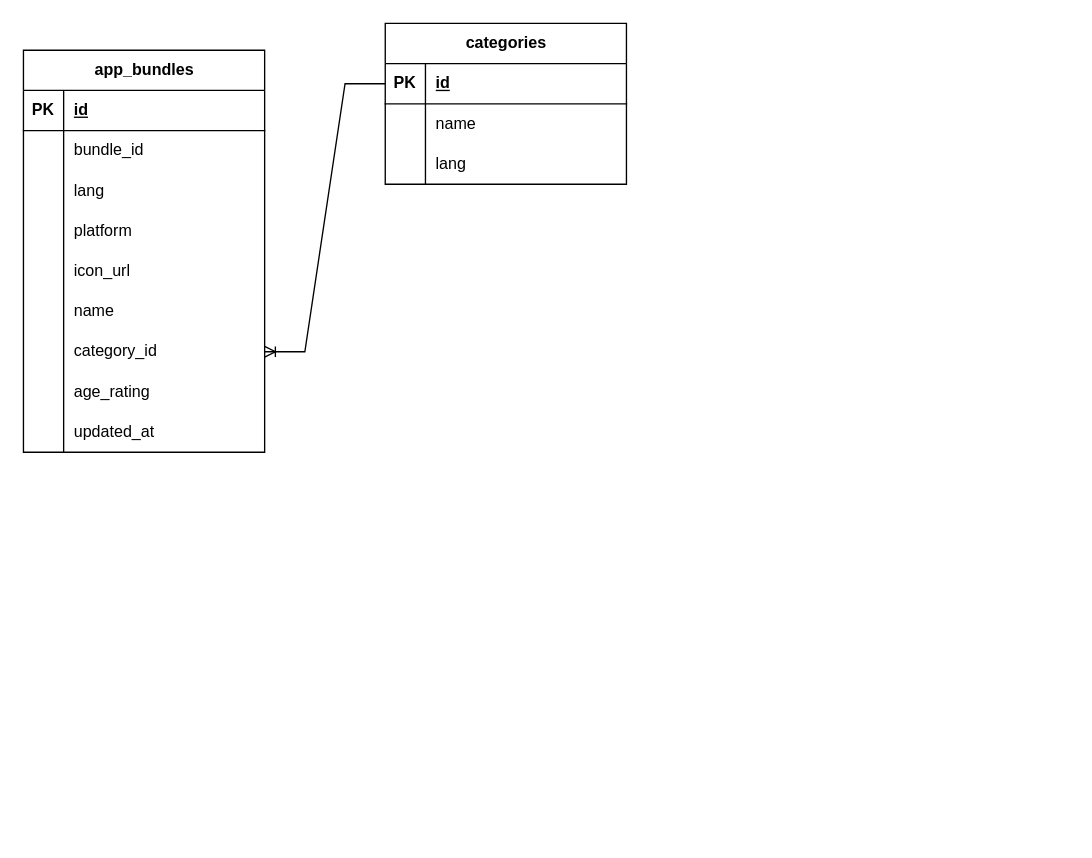
The draw.io diagram Диаграмма без названия.drawio in satmurat/transfer, before the edit. Source tidied: cells renumbered, new cells numbered last; positions are measured from the earlier drawing's top-left corner, leaving out a move shared by most shapes. Both pictures are drawn from the tidied source at 134%, with x=0, y=0 at pixel (23, 23).
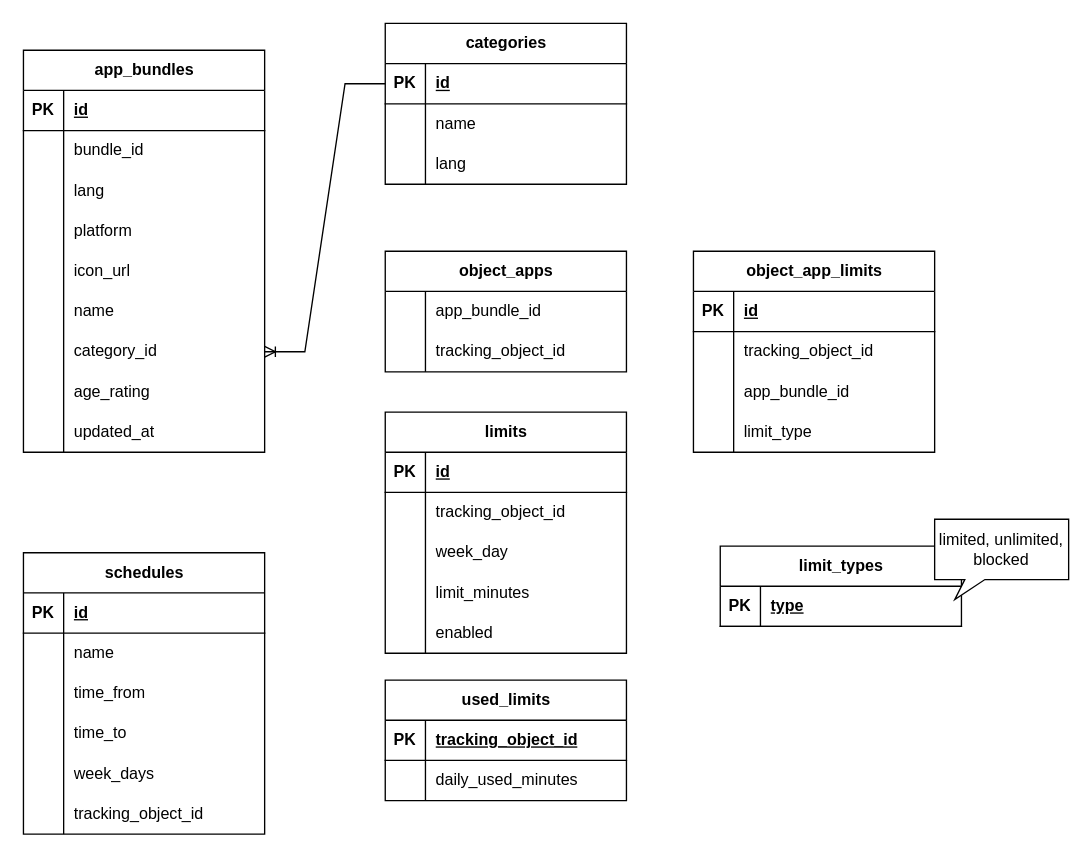
The same diagram, later.

The edit, as a diff of the source:
```diff
@@
+    <mxCell id="41" value="limits" style="shape=table;startSize=30;childLayout=tableLayout;rowLines=0;fontStyle=1;align=center;html=1;" parent="1" vertex="1">
+      <mxGeometry x="270" y="290" width="180" height="180" as="geometry" />
+    </mxCell>
+    <mxCell id="42" style="shape=tableRow;horizontal=0;startSize=0;swimlaneHead=0;swimlaneBody=0;fillColor=none;top=0;left=0;right=0;bottom=1;" parent="41" vertex="1">
+      <mxGeometry y="30" width="180" height="30" as="geometry" />
+    </mxCell>
+    <mxCell id="43" value="PK" style="shape=partialRectangle;fillColor=none;top=0;left=0;bottom=0;right=0;fontStyle=1;overflow=hidden;whiteSpace=wrap;html=1;" parent="42" vertex="1">
+      <mxGeometry width="30" height="30" as="geometry" />
+    </mxCell>
+    <mxCell id="44" value="id" style="shape=partialRectangle;fillColor=none;top=0;left=0;bottom=0;right=0;align=left;spacingLeft=6;fontStyle=5;overflow=hidden;whiteSpace=wrap;html=1;" parent="42" vertex="1">
+      <mxGeometry x="30" width="150" height="30" as="geometry" />
+    </mxCell>
+    <mxCell id="45" style="shape=tableRow;horizontal=0;startSize=0;swimlaneHead=0;swimlaneBody=0;fillColor=none;top=0;left=0;right=0;bottom=0;" parent="41" vertex="1">
+      <mxGeometry y="60" width="180" height="30" as="geometry" />
+    </mxCell>
+    <mxCell id="46" style="shape=partialRectangle;fillColor=none;top=0;left=0;bottom=0;right=0;overflow=hidden;whiteSpace=wrap;html=1;" parent="45" vertex="1">
+      <mxGeometry width="30" height="30" as="geometry" />
+    </mxCell>
+    <mxCell id="47" value="tracking_object_id" style="shape=partialRectangle;fillColor=none;top=0;left=0;bottom=0;right=0;align=left;spacingLeft=6;overflow=hidden;whiteSpace=wrap;html=1;" parent="45" vertex="1">
+      <mxGeometry x="30" width="150" height="30" as="geometry" />
+    </mxCell>
+    <mxCell id="48" style="shape=tableRow;horizontal=0;startSize=0;swimlaneHead=0;swimlaneBody=0;fillColor=none;top=0;left=0;right=0;bottom=0;" parent="41" vertex="1">
+      <mxGeometry y="90" width="180" height="30" as="geometry" />
+    </mxCell>
+    <mxCell id="49" style="shape=partialRectangle;fillColor=none;top=0;left=0;bottom=0;right=0;overflow=hidden;whiteSpace=wrap;html=1;" parent="48" vertex="1">
+      <mxGeometry width="30" height="30" as="geometry" />
+    </mxCell>
+    <mxCell id="50" value="week_day" style="shape=partialRectangle;fillColor=none;top=0;left=0;bottom=0;right=0;align=left;spacingLeft=6;overflow=hidden;whiteSpace=wrap;html=1;" parent="48" vertex="1">
+      <mxGeometry x="30" width="150" height="30" as="geometry" />
+    </mxCell>
+    <mxCell id="51" style="shape=tableRow;horizontal=0;startSize=0;swimlaneHead=0;swimlaneBody=0;fillColor=none;top=0;left=0;right=0;bottom=0;" parent="41" vertex="1">
+      <mxGeometry y="120" width="180" height="30" as="geometry" />
+    </mxCell>
+    <mxCell id="52" style="shape=partialRectangle;fillColor=none;top=0;left=0;bottom=0;right=0;overflow=hidden;whiteSpace=wrap;html=1;" parent="51" vertex="1">
+      <mxGeometry width="30" height="30" as="geometry" />
+    </mxCell>
+    <mxCell id="53" value="limit_minutes" style="shape=partialRectangle;fillColor=none;top=0;left=0;bottom=0;right=0;align=left;spacingLeft=6;overflow=hidden;whiteSpace=wrap;html=1;" parent="51" vertex="1">
+      <mxGeometry x="30" width="150" height="30" as="geometry" />
+    </mxCell>
+    <mxCell id="54" style="shape=tableRow;horizontal=0;startSize=0;swimlaneHead=0;swimlaneBody=0;fillColor=none;top=0;left=0;right=0;bottom=0;" parent="41" vertex="1">
+      <mxGeometry y="150" width="180" height="30" as="geometry" />
+    </mxCell>
+    <mxCell id="55" style="shape=partialRectangle;fillColor=none;top=0;left=0;bottom=0;right=0;overflow=hidden;whiteSpace=wrap;html=1;" parent="54" vertex="1">
+      <mxGeometry width="30" height="30" as="geometry" />
+    </mxCell>
+    <mxCell id="56" value="enabled" style="shape=partialRectangle;fillColor=none;top=0;left=0;bottom=0;right=0;align=left;spacingLeft=6;overflow=hidden;whiteSpace=wrap;html=1;" parent="54" vertex="1">
+      <mxGeometry x="30" width="150" height="30" as="geometry" />
+    </mxCell>
+    <mxCell id="57" value="object_apps" style="shape=table;startSize=30;childLayout=tableLayout;rowLines=0;fontStyle=1;align=center;html=1;" parent="1" vertex="1">
+      <mxGeometry x="270" y="170" width="180" height="90" as="geometry" />
+    </mxCell>
+    <mxCell id="58" style="shape=tableRow;horizontal=0;startSize=0;swimlaneHead=0;swimlaneBody=0;fillColor=none;top=0;left=0;right=0;bottom=0;" parent="57" vertex="1">
+      <mxGeometry y="30" width="180" height="30" as="geometry" />
+    </mxCell>
+    <mxCell id="59" style="shape=partialRectangle;fillColor=none;top=0;left=0;bottom=0;right=0;overflow=hidden;whiteSpace=wrap;html=1;" parent="58" vertex="1">
+      <mxGeometry width="30" height="30" as="geometry" />
+    </mxCell>
+    <mxCell id="60" value="app_bundle_id" style="shape=partialRectangle;fillColor=none;top=0;left=0;bottom=0;right=0;align=left;spacingLeft=6;overflow=hidden;whiteSpace=wrap;html=1;" parent="58" vertex="1">
+      <mxGeometry x="30" width="150" height="30" as="geometry" />
+    </mxCell>
+    <mxCell id="61" style="shape=tableRow;horizontal=0;startSize=0;swimlaneHead=0;swimlaneBody=0;fillColor=none;top=0;left=0;right=0;bottom=0;" parent="57" vertex="1">
+      <mxGeometry y="60" width="180" height="30" as="geometry" />
+    </mxCell>
+    <mxCell id="62" style="shape=partialRectangle;fillColor=none;top=0;left=0;bottom=0;right=0;overflow=hidden;whiteSpace=wrap;html=1;" parent="61" vertex="1">
+      <mxGeometry width="30" height="30" as="geometry" />
+    </mxCell>
+    <mxCell id="63" value="tracking_object_id" style="shape=partialRectangle;fillColor=none;top=0;left=0;bottom=0;right=0;align=left;spacingLeft=6;overflow=hidden;whiteSpace=wrap;html=1;" parent="61" vertex="1">
+      <mxGeometry x="30" width="150" height="30" as="geometry" />
+    </mxCell>
+    <mxCell id="64" value="schedules" style="shape=table;startSize=30;childLayout=tableLayout;rowLines=0;fontStyle=1;align=center;html=1;" parent="1" vertex="1">
+      <mxGeometry y="395" width="180" height="210" as="geometry" />
+    </mxCell>
+    <mxCell id="65" style="shape=tableRow;horizontal=0;startSize=0;swimlaneHead=0;swimlaneBody=0;fillColor=none;top=0;left=0;right=0;bottom=1;" parent="64" vertex="1">
+      <mxGeometry y="30" width="180" height="30" as="geometry" />
+    </mxCell>
+    <mxCell id="66" value="PK" style="shape=partialRectangle;fillColor=none;top=0;left=0;bottom=0;right=0;fontStyle=1;overflow=hidden;whiteSpace=wrap;html=1;" parent="65" vertex="1">
+      <mxGeometry width="30" height="30" as="geometry" />
+    </mxCell>
+    <mxCell id="67" value="id" style="shape=partialRectangle;fillColor=none;top=0;left=0;bottom=0;right=0;align=left;spacingLeft=6;fontStyle=5;overflow=hidden;whiteSpace=wrap;html=1;" parent="65" vertex="1">
+      <mxGeometry x="30" width="150" height="30" as="geometry" />
+    </mxCell>
+    <mxCell id="68" style="shape=tableRow;horizontal=0;startSize=0;swimlaneHead=0;swimlaneBody=0;fillColor=none;top=0;left=0;right=0;bottom=0;" parent="64" vertex="1">
+      <mxGeometry y="60" width="180" height="30" as="geometry" />
+    </mxCell>
+    <mxCell id="69" style="shape=partialRectangle;fillColor=none;top=0;left=0;bottom=0;right=0;overflow=hidden;whiteSpace=wrap;html=1;" parent="68" vertex="1">
+      <mxGeometry width="30" height="30" as="geometry" />
+    </mxCell>
+    <mxCell id="70" value="name" style="shape=partialRectangle;fillColor=none;top=0;left=0;bottom=0;right=0;align=left;spacingLeft=6;overflow=hidden;whiteSpace=wrap;html=1;" parent="68" vertex="1">
+      <mxGeometry x="30" width="150" height="30" as="geometry" />
+    </mxCell>
+    <mxCell id="71" style="shape=tableRow;horizontal=0;startSize=0;swimlaneHead=0;swimlaneBody=0;fillColor=none;top=0;left=0;right=0;bottom=0;" parent="64" vertex="1">
+      <mxGeometry y="90" width="180" height="30" as="geometry" />
+    </mxCell>
+    <mxCell id="72" style="shape=partialRectangle;fillColor=none;top=0;left=0;bottom=0;right=0;overflow=hidden;whiteSpace=wrap;html=1;" parent="71" vertex="1">
+      <mxGeometry width="30" height="30" as="geometry" />
+    </mxCell>
+    <mxCell id="73" value="time_from" style="shape=partialRectangle;fillColor=none;top=0;left=0;bottom=0;right=0;align=left;spacingLeft=6;overflow=hidden;whiteSpace=wrap;html=1;" parent="71" vertex="1">
+      <mxGeometry x="30" width="150" height="30" as="geometry" />
+    </mxCell>
+    <mxCell id="74" style="shape=tableRow;horizontal=0;startSize=0;swimlaneHead=0;swimlaneBody=0;fillColor=none;top=0;left=0;right=0;bottom=0;" parent="64" vertex="1">
+      <mxGeometry y="120" width="180" height="30" as="geometry" />
+    </mxCell>
+    <mxCell id="75" style="shape=partialRectangle;fillColor=none;top=0;left=0;bottom=0;right=0;overflow=hidden;whiteSpace=wrap;html=1;" parent="74" vertex="1">
+      <mxGeometry width="30" height="30" as="geometry" />
+    </mxCell>
+    <mxCell id="76" value="time_to" style="shape=partialRectangle;fillColor=none;top=0;left=0;bottom=0;right=0;align=left;spacingLeft=6;overflow=hidden;whiteSpace=wrap;html=1;" parent="74" vertex="1">
+      <mxGeometry x="30" width="150" height="30" as="geometry" />
+    </mxCell>
+    <mxCell id="77" style="shape=tableRow;horizontal=0;startSize=0;swimlaneHead=0;swimlaneBody=0;fillColor=none;top=0;left=0;right=0;bottom=0;" parent="64" vertex="1">
+      <mxGeometry y="150" width="180" height="30" as="geometry" />
+    </mxCell>
+    <mxCell id="78" style="shape=partialRectangle;fillColor=none;top=0;left=0;bottom=0;right=0;overflow=hidden;whiteSpace=wrap;html=1;" parent="77" vertex="1">
+      <mxGeometry width="30" height="30" as="geometry" />
+    </mxCell>
+    <mxCell id="79" value="week_days" style="shape=partialRectangle;fillColor=none;top=0;left=0;bottom=0;right=0;align=left;spacingLeft=6;overflow=hidden;whiteSpace=wrap;html=1;" parent="77" vertex="1">
+      <mxGeometry x="30" width="150" height="30" as="geometry" />
+    </mxCell>
+    <mxCell id="80" style="shape=tableRow;horizontal=0;startSize=0;swimlaneHead=0;swimlaneBody=0;fillColor=none;top=0;left=0;right=0;bottom=0;" parent="64" vertex="1">
+      <mxGeometry y="180" width="180" height="30" as="geometry" />
+    </mxCell>
+    <mxCell id="81" style="shape=partialRectangle;fillColor=none;top=0;left=0;bottom=0;right=0;overflow=hidden;whiteSpace=wrap;html=1;" parent="80" vertex="1">
+      <mxGeometry width="30" height="30" as="geometry" />
+    </mxCell>
+    <mxCell id="82" value="tracking_object_id" style="shape=partialRectangle;fillColor=none;top=0;left=0;bottom=0;right=0;align=left;spacingLeft=6;overflow=hidden;whiteSpace=wrap;html=1;" parent="80" vertex="1">
+      <mxGeometry x="30" width="150" height="30" as="geometry" />
+    </mxCell>
+    <mxCell id="83" value="object_app_limits" style="shape=table;startSize=30;childLayout=tableLayout;rowLines=0;fontStyle=1;align=center;html=1;" parent="1" vertex="1">
+      <mxGeometry x="500" y="170" width="180" height="150" as="geometry" />
+    </mxCell>
+    <mxCell id="84" style="shape=tableRow;horizontal=0;startSize=0;swimlaneHead=0;swimlaneBody=0;fillColor=none;top=0;left=0;right=0;bottom=1;" parent="83" vertex="1">
+      <mxGeometry y="30" width="180" height="30" as="geometry" />
+    </mxCell>
+    <mxCell id="85" value="PK" style="shape=partialRectangle;fillColor=none;top=0;left=0;bottom=0;right=0;fontStyle=1;overflow=hidden;whiteSpace=wrap;html=1;" parent="84" vertex="1">
+      <mxGeometry width="30" height="30" as="geometry" />
+    </mxCell>
+    <mxCell id="86" value="id" style="shape=partialRectangle;fillColor=none;top=0;left=0;bottom=0;right=0;align=left;spacingLeft=6;fontStyle=5;overflow=hidden;whiteSpace=wrap;html=1;" parent="84" vertex="1">
+      <mxGeometry x="30" width="150" height="30" as="geometry" />
+    </mxCell>
+    <mxCell id="87" style="shape=tableRow;horizontal=0;startSize=0;swimlaneHead=0;swimlaneBody=0;fillColor=none;top=0;left=0;right=0;bottom=0;" parent="83" vertex="1">
+      <mxGeometry y="60" width="180" height="30" as="geometry" />
+    </mxCell>
+    <mxCell id="88" style="shape=partialRectangle;fillColor=none;top=0;left=0;bottom=0;right=0;overflow=hidden;whiteSpace=wrap;html=1;" parent="87" vertex="1">
+      <mxGeometry width="30" height="30" as="geometry" />
+    </mxCell>
+    <mxCell id="89" value="tracking_object_id" style="shape=partialRectangle;fillColor=none;top=0;left=0;bottom=0;right=0;align=left;spacingLeft=6;overflow=hidden;whiteSpace=wrap;html=1;" parent="87" vertex="1">
+      <mxGeometry x="30" width="150" height="30" as="geometry" />
+    </mxCell>
+    <mxCell id="90" style="shape=tableRow;horizontal=0;startSize=0;swimlaneHead=0;swimlaneBody=0;fillColor=none;top=0;left=0;right=0;bottom=0;" parent="83" vertex="1">
+      <mxGeometry y="90" width="180" height="30" as="geometry" />
+    </mxCell>
+    <mxCell id="91" style="shape=partialRectangle;fillColor=none;top=0;left=0;bottom=0;right=0;overflow=hidden;whiteSpace=wrap;html=1;" parent="90" vertex="1">
+      <mxGeometry width="30" height="30" as="geometry" />
+    </mxCell>
+    <mxCell id="92" value="app_bundle_id" style="shape=partialRectangle;fillColor=none;top=0;left=0;bottom=0;right=0;align=left;spacingLeft=6;overflow=hidden;whiteSpace=wrap;html=1;" parent="90" vertex="1">
+      <mxGeometry x="30" width="150" height="30" as="geometry" />
+    </mxCell>
+    <mxCell id="93" style="shape=tableRow;horizontal=0;startSize=0;swimlaneHead=0;swimlaneBody=0;fillColor=none;top=0;left=0;right=0;bottom=0;" parent="83" vertex="1">
+      <mxGeometry y="120" width="180" height="30" as="geometry" />
+    </mxCell>
+    <mxCell id="94" style="shape=partialRectangle;fillColor=none;top=0;left=0;bottom=0;right=0;overflow=hidden;whiteSpace=wrap;html=1;" parent="93" vertex="1">
+      <mxGeometry width="30" height="30" as="geometry" />
+    </mxCell>
+    <mxCell id="95" value="limit_type" style="shape=partialRectangle;fillColor=none;top=0;left=0;bottom=0;right=0;align=left;spacingLeft=6;overflow=hidden;whiteSpace=wrap;html=1;" parent="93" vertex="1">
+      <mxGeometry x="30" width="150" height="30" as="geometry" />
+    </mxCell>
+    <mxCell id="96" value="limit_types" style="shape=table;startSize=30;childLayout=tableLayout;rowLines=0;fontStyle=1;align=center;html=1;" parent="1" vertex="1">
+      <mxGeometry x="520" y="390" width="180" height="60" as="geometry" />
+    </mxCell>
+    <mxCell id="97" style="shape=tableRow;horizontal=0;startSize=0;swimlaneHead=0;swimlaneBody=0;fillColor=none;top=0;left=0;right=0;bottom=1;" parent="96" vertex="1">
+      <mxGeometry y="30" width="180" height="30" as="geometry" />
+    </mxCell>
+    <mxCell id="98" value="PK" style="shape=partialRectangle;fillColor=none;top=0;left=0;bottom=0;right=0;fontStyle=1;overflow=hidden;whiteSpace=wrap;html=1;" parent="97" vertex="1">
+      <mxGeometry width="30" height="30" as="geometry" />
+    </mxCell>
+    <mxCell id="99" value="type" style="shape=partialRectangle;fillColor=none;top=0;left=0;bottom=0;right=0;align=left;spacingLeft=6;fontStyle=5;overflow=hidden;whiteSpace=wrap;html=1;" parent="97" vertex="1">
+      <mxGeometry x="30" width="150" height="30" as="geometry" />
+    </mxCell>
+    <mxCell id="100" value="limited, unlimited, blocked" style="whiteSpace=wrap;html=1;shape=mxgraph.basic.rectCallout;dx=30;dy=15;boundedLbl=1;" parent="1" vertex="1">
+      <mxGeometry x="680" y="370" width="100" height="60" as="geometry" />
+    </mxCell>
+    <mxCell id="101" value="used_limits" style="shape=table;startSize=30;childLayout=tableLayout;rowLines=0;fontStyle=1;align=center;html=1;" parent="1" vertex="1">
+      <mxGeometry x="270" y="490" width="180" height="90" as="geometry" />
+    </mxCell>
+    <mxCell id="102" style="shape=tableRow;horizontal=0;startSize=0;swimlaneHead=0;swimlaneBody=0;fillColor=none;top=0;left=0;right=0;bottom=1;" parent="101" vertex="1">
+      <mxGeometry y="30" width="180" height="30" as="geometry" />
+    </mxCell>
+    <mxCell id="103" value="PK" style="shape=partialRectangle;fillColor=none;top=0;left=0;bottom=0;right=0;fontStyle=1;overflow=hidden;whiteSpace=wrap;html=1;" parent="102" vertex="1">
+      <mxGeometry width="30" height="30" as="geometry" />
+    </mxCell>
+    <mxCell id="104" value="tracking_object_id" style="shape=partialRectangle;fillColor=none;top=0;left=0;bottom=0;right=0;align=left;spacingLeft=6;fontStyle=5;overflow=hidden;whiteSpace=wrap;html=1;" parent="102" vertex="1">
+      <mxGeometry x="30" width="150" height="30" as="geometry" />
+    </mxCell>
+    <mxCell id="105" style="shape=tableRow;horizontal=0;startSize=0;swimlaneHead=0;swimlaneBody=0;fillColor=none;top=0;left=0;right=0;bottom=0;" parent="101" vertex="1">
+      <mxGeometry y="60" width="180" height="30" as="geometry" />
+    </mxCell>
+    <mxCell id="106" style="shape=partialRectangle;fillColor=none;top=0;left=0;bottom=0;right=0;overflow=hidden;whiteSpace=wrap;html=1;" parent="105" vertex="1">
+      <mxGeometry width="30" height="30" as="geometry" />
+    </mxCell>
+    <mxCell id="107" value="daily_used_minutes" style="shape=partialRectangle;fillColor=none;top=0;left=0;bottom=0;right=0;align=left;spacingLeft=6;overflow=hidden;whiteSpace=wrap;html=1;" parent="105" vertex="1">
+      <mxGeometry x="30" width="150" height="30" as="geometry" />
+    </mxCell>
```
